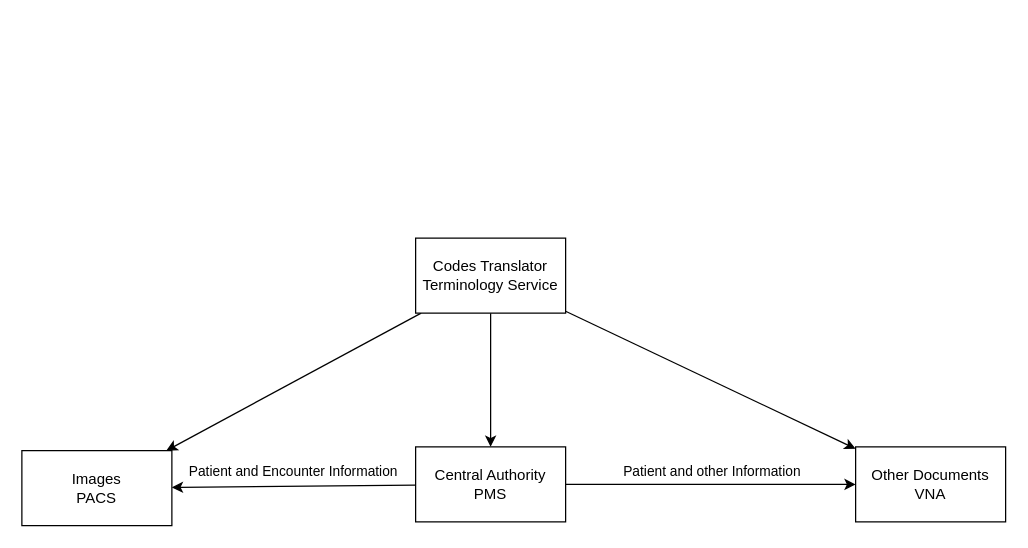
The draw.io diagram page "Actors" (3 of 3) of assets/img/modality_worklist_flow.drawio in open-ortho/lectures, before the edit. Source tidied: cells renumbered, new cells numbered last; positions are measured from the earlier drawing's top-left corner, leaving out a move shared by most shapes. Both pictures are drawn from the tidied source at 125%, with x=0, y=0 at pixel (21, 238).
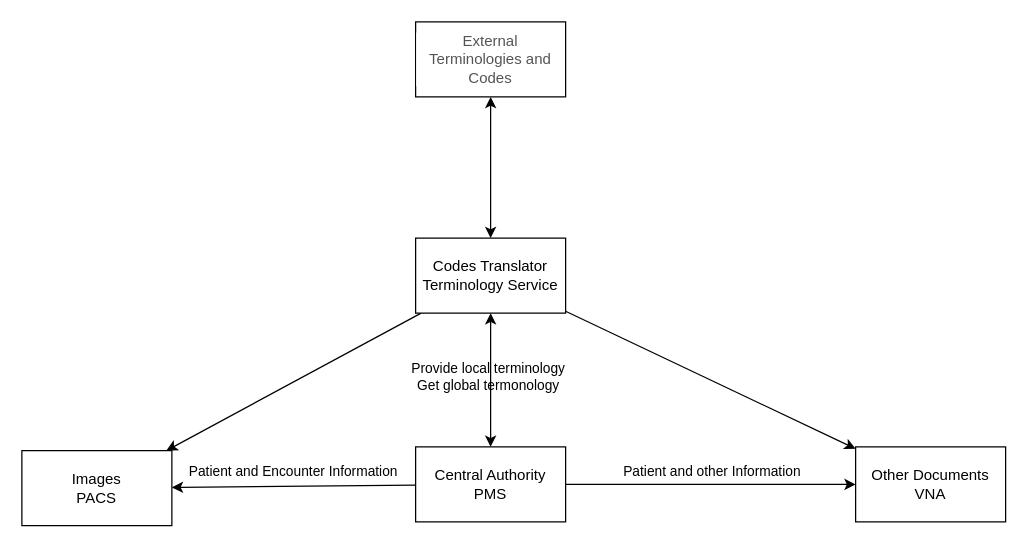
The same diagram, later.

Change to the diagram source:
```diff
@@
 <mxGraphModel background="#ffffff">
   <root>
     <mxCell id="0" />
     <mxCell id="1" parent="0" />
     <mxCell id="2" style="html=1;fontColor=#000000;fillColor=#FFFFFF;labelBackgroundColor=#FFFFFF;strokeColor=#000000;startArrow=none;startFill=0;" parent="1" edge="1" source="6" target="7">
       <mxGeometry relative="1" as="geometry" />
     </mxCell>
     <mxCell id="3" value="&lt;font color=&quot;#000000&quot;&gt;Patient and Encounter Information&lt;/font&gt;" style="edgeLabel;html=1;align=center;verticalAlign=middle;labelBackgroundColor=none;" parent="2" vertex="1">
       <mxGeometry x="0.06" y="-1" relative="1" as="geometry">
         <mxPoint x="5" y="-11" as="offset" />
       </mxGeometry>
     </mxCell>
     <mxCell id="4" style="edgeStyle=none;html=0;labelBackgroundColor=none;labelBorderColor=none;strokeColor=#000000;fontColor=#000000;startArrow=none;startFill=0;" parent="1" edge="1" source="6" target="8">
       <mxGeometry relative="1" as="geometry" />
     </mxCell>
     <mxCell id="5" value="Patient and other Information" style="edgeLabel;html=1;align=center;verticalAlign=middle;fontColor=#000000;labelBackgroundColor=none;" parent="4" vertex="1">
       <mxGeometry x="0.1" relative="1" as="geometry">
         <mxPoint x="-12" y="-11" as="offset" />
       </mxGeometry>
     </mxCell>
     <mxCell id="6" value="&lt;font&gt;Central Authority&lt;br&gt;PMS&lt;br&gt;&lt;/font&gt;" style="rounded=0;whiteSpace=wrap;html=1;fillColor=#FFFFFF;fontColor=#000000;labelBackgroundColor=#FFFFFF;strokeColor=#000000;" parent="1" vertex="1">
       <mxGeometry x="315" y="167" width="120" height="60" as="geometry" />
     </mxCell>
     <mxCell id="7" value="Images&lt;br&gt;PACS" style="whiteSpace=wrap;html=1;fillColor=#FFFFFF;rounded=0;fontColor=#000000;labelBackgroundColor=#FFFFFF;strokeColor=#000000;" parent="1" vertex="1">
       <mxGeometry y="170" width="120" height="60" as="geometry" />
     </mxCell>
     <mxCell id="8" value="Other Documents&lt;br&gt;VNA" style="whiteSpace=wrap;html=1;fillColor=#FFFFFF;rounded=0;fontColor=#000000;labelBackgroundColor=#FFFFFF;strokeColor=#000000;" parent="1" vertex="1">
       <mxGeometry x="667" y="167" width="120" height="60" as="geometry" />
     </mxCell>
     <mxCell id="9" style="edgeStyle=none;html=0;labelBackgroundColor=none;labelBorderColor=none;strokeColor=#000000;fontColor=#000000;startArrow=none;startFill=0;" parent="1" edge="1" source="12" target="7">
       <mxGeometry relative="1" as="geometry" />
     </mxCell>
-    <mxCell id="10" style="edgeStyle=none;html=0;labelBackgroundColor=none;labelBorderColor=none;strokeColor=#000000;fontColor=#000000;startArrow=none;startFill=0;" parent="1" edge="1" source="12" target="6">
+    <mxCell id="10" style="edgeStyle=none;html=0;labelBackgroundColor=none;labelBorderColor=none;strokeColor=#000000;fontColor=#000000;startArrow=classic;startFill=1;" parent="1" edge="1" source="12" target="6">
       <mxGeometry relative="1" as="geometry" />
     </mxCell>
+    <mxCell id="13" value="Provide local terminology&lt;br&gt;Get global termonology" style="edgeLabel;html=1;align=center;verticalAlign=middle;fontColor=#000000;labelBackgroundColor=none;" parent="10" vertex="1">
+      <mxGeometry x="-0.07" y="1" relative="1" as="geometry">
+        <mxPoint x="-4" as="offset" />
+      </mxGeometry>
+    </mxCell>
     <mxCell id="11" style="edgeStyle=none;html=0;labelBackgroundColor=none;labelBorderColor=none;strokeColor=#000000;fontColor=#000000;startArrow=none;startFill=0;" parent="1" edge="1" source="12" target="8">
       <mxGeometry relative="1" as="geometry" />
     </mxCell>
     <mxCell id="12" value="Codes Translator&lt;br&gt;Terminology Service" style="whiteSpace=wrap;html=1;fillColor=#FFFFFF;rounded=0;fontColor=#000000;labelBackgroundColor=#FFFFFF;strokeColor=#000000;" parent="1" vertex="1">
       <mxGeometry x="315" width="120" height="60" as="geometry" />
     </mxCell>
+    <mxCell id="14" style="edgeStyle=none;html=0;labelBackgroundColor=none;labelBorderColor=none;strokeColor=#000000;fontColor=#545454;startArrow=classic;startFill=1;entryX=0.5;entryY=0;entryDx=0;entryDy=0;" parent="1" edge="1" source="15" target="12">
+      <mxGeometry relative="1" as="geometry" />
+    </mxCell>
+    <mxCell id="15" value="&lt;font color=&quot;#545454&quot;&gt;External Terminologies and Codes&lt;/font&gt;" style="whiteSpace=wrap;html=1;fillColor=#FFFFFF;rounded=0;fontColor=#000000;labelBackgroundColor=#FFFFFF;strokeColor=#000000;" parent="1" vertex="1">
+      <mxGeometry x="315" y="-173" width="120" height="60" as="geometry" />
+    </mxCell>
   </root>
 </mxGraphModel>
```
